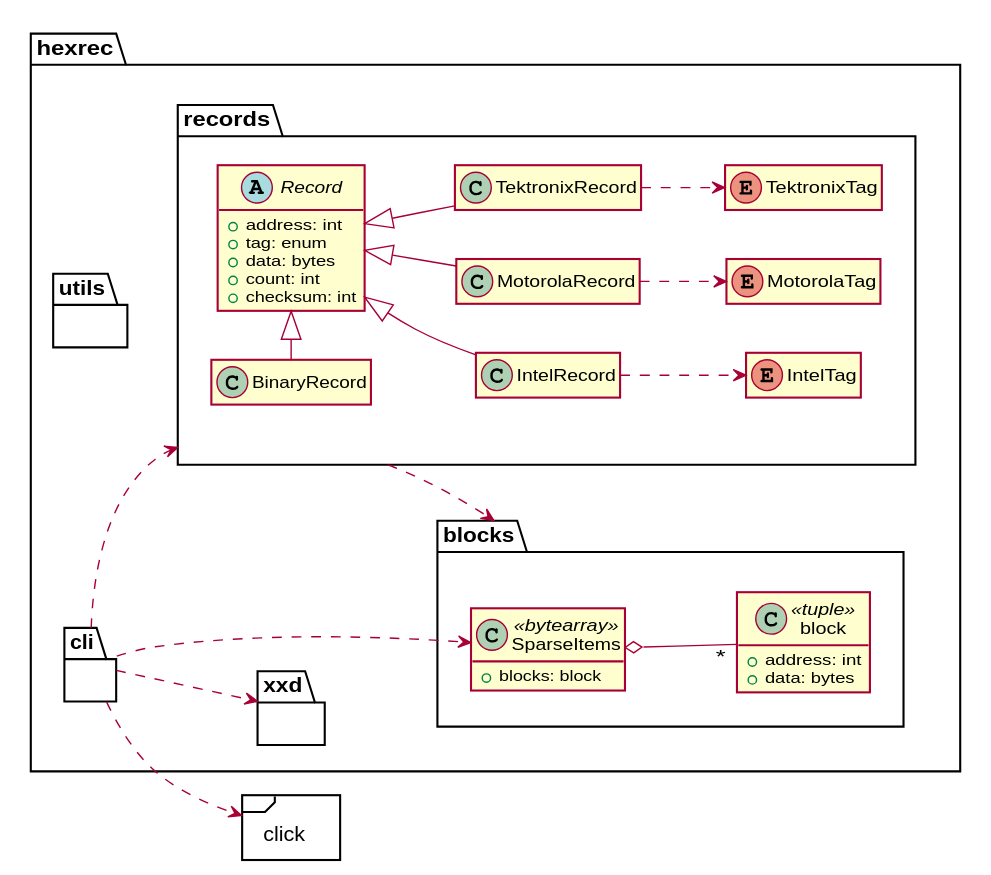
Above: _static/architecture.svg in TexZK/hexrec (PlantUML), before the change. Source of this version:
```plantuml
@startuml
left to right direction
skinparam shadowing false
hide methods
hide fields

package "click" <<Frame>> {
}

package hexrec
{
    package utils {
    }

    package xxd {
    }

    package blocks
    {
        class block <<tuple>> {
            + address: int
            + data: bytes
        }
        show block fields

        class SparseItems <<bytearray>> {
            + blocks: block
        }
        show SparseItems fields

        SparseItems o-- "*" block
    }

    package records
    {
        abstract class Record
        {
            + address: int
            + tag: enum
            + data: bytes
            + count: int
            + checksum: int
        }
        show Record fields

        class BinaryRecord
        class IntelRecord
        class MotorolaRecord
        class TektronixRecord

        Record <|-left- BinaryRecord
        Record <|-down- IntelRecord
        Record <|-down- MotorolaRecord
        Record <|-down- TektronixRecord

        enum MotorolaTag
        enum IntelTag
        enum TektronixTag

        MotorolaRecord  .down.> MotorolaTag
        IntelRecord     .down.> IntelTag
        TektronixRecord .down.> TektronixTag
    }

    package cli {
    }

    records ..> blocks
    cli ..> SparseItems
    cli ..> records
    cli ..> click
    cli ..> xxd
}
@enduml
```
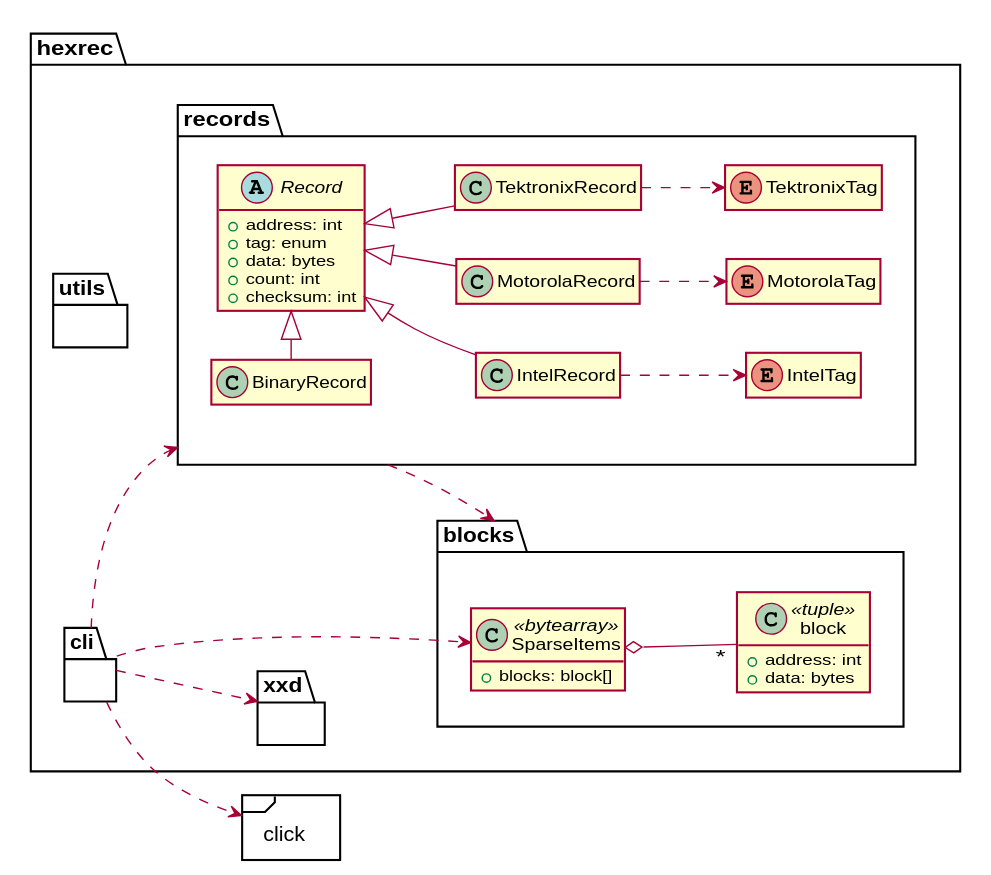
The same diagram one commit later.

What changed in the source:
```diff
@@ -24,7 +24,7 @@
         show block fields
 
         class SparseItems <<bytearray>> {
-            + blocks: block
+            + blocks: block[]
         }
         show SparseItems fields
 
```
